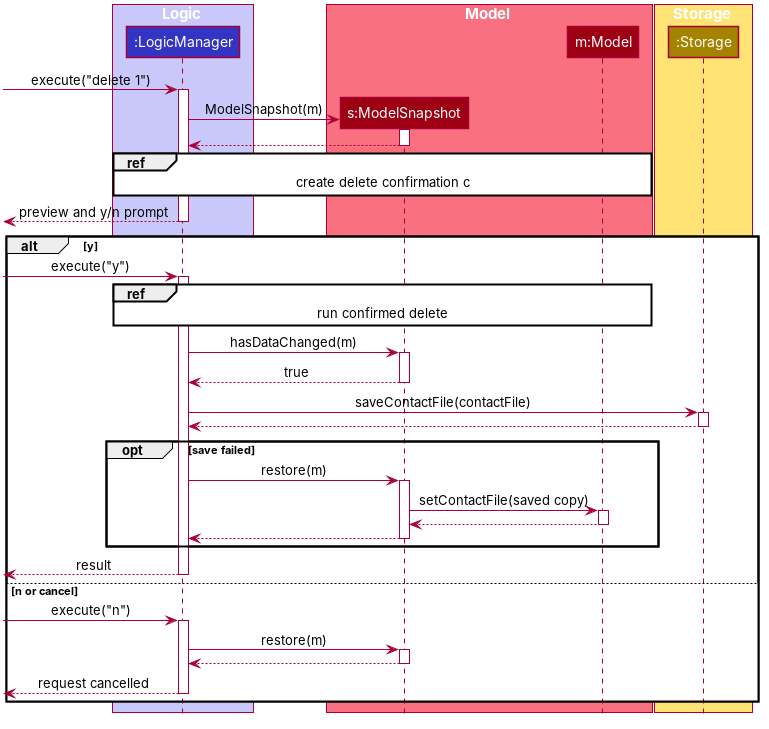
The PlantUML diagram docs/images/TransactionSequenceDiagram.png in AY2627S1-CS2103-F13-2/tp, before a commit. Its source is kept beside it as docs/diagrams/TransactionSequenceDiagram.puml. Its diagram source:
```plantuml
@startuml
!include style.puml
skinparam ArrowFontStyle plain

box Logic LOGIC_COLOR_T1
participant ":LogicManager" as LogicManager LOGIC_COLOR
end box

box Model MODEL_COLOR_T1
participant "s:ModelSnapshot" as ModelSnapshot MODEL_COLOR
participant "m:Model" as Model MODEL_COLOR
end box

box Storage STORAGE_COLOR_T1
participant ":Storage" as Storage STORAGE_COLOR
end box

[-> LogicManager : execute("delete 1")
activate LogicManager

create ModelSnapshot
LogicManager -> ModelSnapshot : ModelSnapshot(m)
activate ModelSnapshot
ModelSnapshot --> LogicManager
deactivate ModelSnapshot

ref over LogicManager, Model : create delete confirmation c

[<-- LogicManager : preview and y/n prompt
deactivate LogicManager

alt y
  [-> LogicManager : execute("y")
  activate LogicManager

  ref over LogicManager, Model : run confirmed delete

  LogicManager -> ModelSnapshot : hasDataChanged(m)
  activate ModelSnapshot
  ModelSnapshot --> LogicManager : true
  deactivate ModelSnapshot

  LogicManager -> Storage : saveContactFile(contactFile)
  activate Storage
  Storage --> LogicManager
  deactivate Storage

  opt save failed
    LogicManager -> ModelSnapshot : restore(m)
    activate ModelSnapshot
    ModelSnapshot -> Model : setContactFile(saved copy)
    activate Model
    Model --> ModelSnapshot
    deactivate Model
    ModelSnapshot --> LogicManager
    deactivate ModelSnapshot
  end

  [<-- LogicManager : result
  deactivate LogicManager

else n or cancel
  [-> LogicManager : execute("n")
  activate LogicManager

  LogicManager -> ModelSnapshot : restore(m)
  activate ModelSnapshot
  ModelSnapshot --> LogicManager
  deactivate ModelSnapshot

  [<-- LogicManager : request cancelled
  deactivate LogicManager
end
@enduml
```
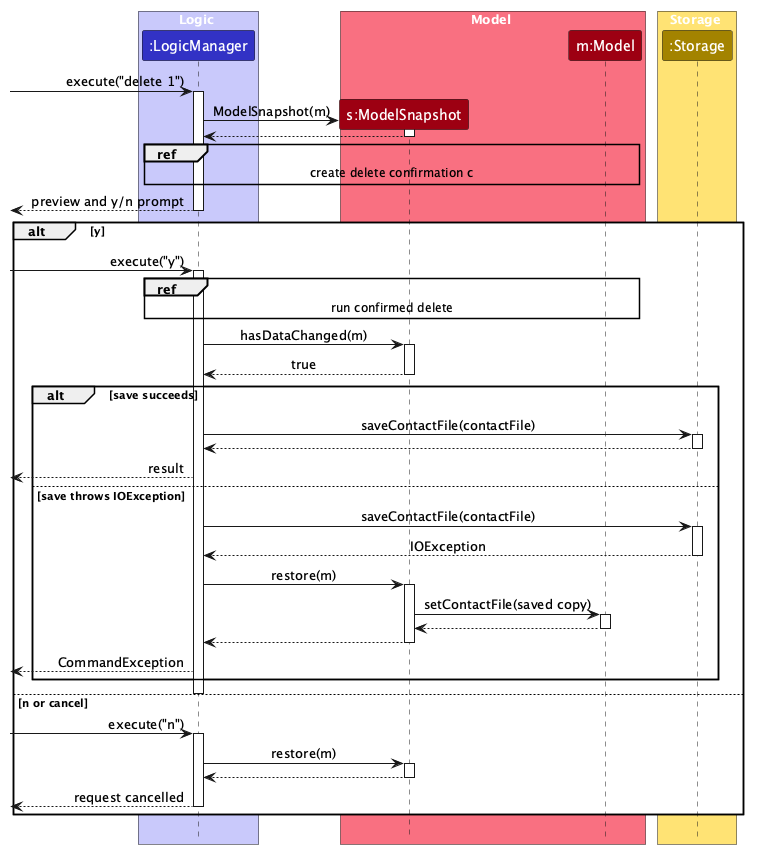
After the change.

What changed in the source:
```diff
@@ -40,12 +40,19 @@
   ModelSnapshot --> LogicManager : true
   deactivate ModelSnapshot
 
-  LogicManager -> Storage : saveContactFile(contactFile)
-  activate Storage
-  Storage --> LogicManager
-  deactivate Storage
+  alt save succeeds
+    LogicManager -> Storage : saveContactFile(contactFile)
+    activate Storage
+    Storage --> LogicManager
+    deactivate Storage
 
-  opt save failed
+    [<-- LogicManager : result
+  else save throws IOException
+    LogicManager -> Storage : saveContactFile(contactFile)
+    activate Storage
+    Storage --> LogicManager : IOException
+    deactivate Storage
+
     LogicManager -> ModelSnapshot : restore(m)
     activate ModelSnapshot
     ModelSnapshot -> Model : setContactFile(saved copy)
@@ -54,9 +61,9 @@
     deactivate Model
     ModelSnapshot --> LogicManager
     deactivate ModelSnapshot
+
+    [<-- LogicManager : CommandException
   end
-
-  [<-- LogicManager : result
   deactivate LogicManager
 
 else n or cancel
```
